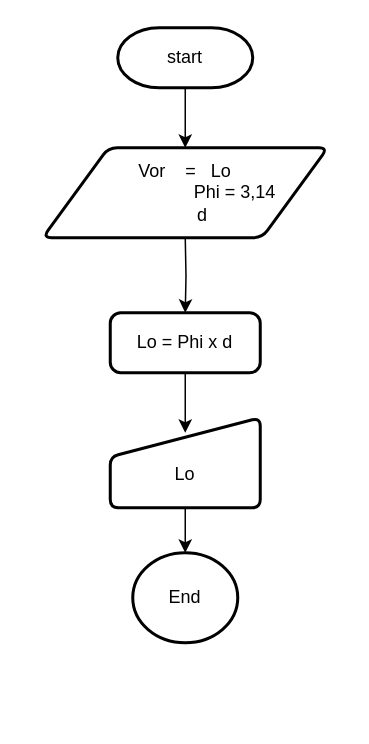
This is Untitled Diagram.drawio from tasyadwii/ALGO_23241028, a draw.io file, before an edit. Source tidied: cells renumbered, new cells numbered last; positions are measured from the earlier drawing's top-left corner, leaving out a move shared by most shapes. Both pictures are drawn from the tidied source at 150%, with x=0, y=0 at pixel (42, 27).
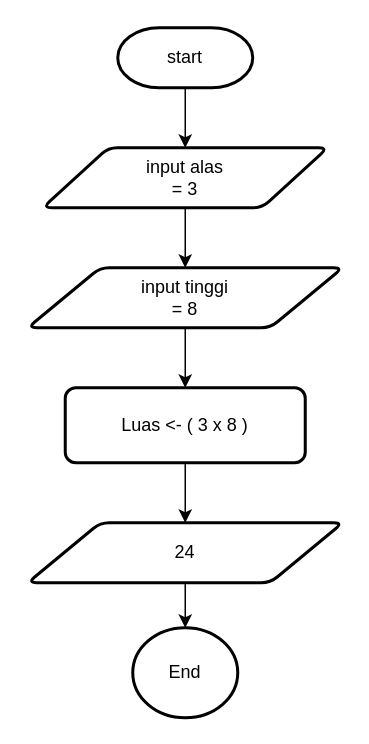
The same diagram, later.

Change to the diagram source:
```diff
@@
 <mxGraphModel>
   <root>
     <mxCell id="0" />
     <mxCell id="1" parent="0" />
     <mxCell id="2" style="edgeStyle=orthogonalEdgeStyle;rounded=0;jettySize=auto;html=1;exitX=0.5;exitY=1;exitDx=0;exitDy=0;exitPerimeter=0;entryX=0.5;entryY=0;entryDx=0;entryDy=0;" parent="1" edge="1" source="3">
       <mxGeometry relative="1" as="geometry">
         <mxPoint x="95" y="80" as="targetPoint" />
       </mxGeometry>
     </mxCell>
     <mxCell id="3" value="start" style="strokeWidth=2;html=1;shape=mxgraph.flowchart.terminator;whiteSpace=wrap;" parent="1" vertex="1">
       <mxGeometry x="50" width="90" height="40" as="geometry" />
     </mxCell>
-    <mxCell id="4" style="edgeStyle=orthogonalEdgeStyle;rounded=0;jettySize=auto;html=1;exitX=0.5;exitY=1;exitDx=0;exitDy=0;entryX=0.5;entryY=0;entryDx=0;entryDy=0;" parent="1" edge="1" target="5">
-      <mxGeometry relative="1" as="geometry">
-        <mxPoint x="95" y="140" as="sourcePoint" />
-      </mxGeometry>
-    </mxCell>
-    <mxCell id="5" value="Lo = Phi x d" style="rounded=1;whiteSpace=wrap;html=1;absoluteArcSize=1;arcSize=14;strokeWidth=2;" parent="1" vertex="1">
-      <mxGeometry x="45" y="190" width="100" height="40" as="geometry" />
-    </mxCell>
-    <mxCell id="6" value="&lt;div&gt;&lt;br&gt;&lt;/div&gt;&lt;div&gt;Lo&lt;br&gt;&lt;/div&gt;" style="html=1;strokeWidth=2;shape=manualInput;whiteSpace=wrap;rounded=1;size=26;arcSize=11;" parent="1" vertex="1">
-      <mxGeometry x="45" y="260" width="100" height="60" as="geometry" />
-    </mxCell>
-    <mxCell id="7" style="edgeStyle=orthogonalEdgeStyle;rounded=0;jettySize=auto;html=1;exitX=0.5;exitY=1;exitDx=0;exitDy=0;entryX=0.5;entryY=0.167;entryDx=0;entryDy=0;entryPerimeter=0;" parent="1" edge="1" source="5" target="6">
-      <mxGeometry relative="1" as="geometry" />
-    </mxCell>
     <mxCell id="8" value="End" style="strokeWidth=2;html=1;shape=mxgraph.flowchart.start_2;whiteSpace=wrap;" parent="1" vertex="1">
-      <mxGeometry x="60" y="350" width="70" height="60" as="geometry" />
+      <mxGeometry x="60" y="400" width="70" height="60" as="geometry" />
     </mxCell>
-    <mxCell id="9" style="edgeStyle=orthogonalEdgeStyle;rounded=0;jettySize=auto;html=1;exitX=0.5;exitY=1;exitDx=0;exitDy=0;entryX=0.5;entryY=0;entryDx=0;entryDy=0;entryPerimeter=0;" parent="1" edge="1" source="6" target="8">
-      <mxGeometry relative="1" as="geometry" />
-    </mxCell>
+    <mxCell id="11" style="edgeStyle=orthogonalEdgeStyle;rounded=0;jettySize=auto;html=1;exitX=0.5;exitY=1;exitDx=0;exitDy=0;" parent="1" edge="1" source="10">
+      <mxGeometry relative="1" as="geometry">
+        <mxPoint x="95" y="160" as="targetPoint" />
+      </mxGeometry>
+    </mxCell>
-    <mxCell id="10" value="&lt;div&gt;Vor&amp;nbsp;&amp;nbsp;&amp;nbsp; =&amp;nbsp;&amp;nbsp; Lo&lt;/div&gt;&lt;div&gt;&amp;nbsp;&amp;nbsp;&amp;nbsp;&amp;nbsp;&amp;nbsp;&amp;nbsp;&amp;nbsp;&amp;nbsp;&amp;nbsp;&amp;nbsp;&amp;nbsp;&amp;nbsp;&amp;nbsp;&amp;nbsp;&amp;nbsp;&amp;nbsp;&amp;nbsp;&amp;nbsp;&amp;nbsp; Phi = 3,14 &lt;br&gt;&lt;/div&gt;&lt;div&gt;&amp;nbsp;&amp;nbsp;&amp;nbsp;&amp;nbsp;&amp;nbsp;&amp;nbsp; d&lt;br&gt;&lt;/div&gt;" style="shape=parallelogram;html=1;strokeWidth=2;perimeter=parallelogramPerimeter;whiteSpace=wrap;rounded=1;arcSize=12;size=0.23;" parent="1" vertex="1">
-      <mxGeometry y="80" width="190" height="60" as="geometry" />
+    <mxCell id="10" value="&lt;div&gt;input alas &lt;br&gt;&lt;/div&gt;&lt;div&gt;= 3&lt;br&gt;&lt;/div&gt;" style="shape=parallelogram;html=1;strokeWidth=2;perimeter=parallelogramPerimeter;whiteSpace=wrap;rounded=1;arcSize=12;size=0.23;" parent="1" vertex="1">
+      <mxGeometry y="80" width="190" height="40" as="geometry" />
     </mxCell>
+    <mxCell id="12" style="edgeStyle=orthogonalEdgeStyle;rounded=0;jettySize=auto;html=1;exitX=0.5;exitY=1;exitDx=0;exitDy=0;" parent="1" edge="1" source="13">
+      <mxGeometry relative="1" as="geometry">
+        <mxPoint x="95" y="240" as="targetPoint" />
+      </mxGeometry>
+    </mxCell>
+    <mxCell id="13" value="&lt;div&gt;input tinggi&lt;/div&gt;&lt;div&gt;= 8&lt;br&gt;&lt;/div&gt;" style="shape=parallelogram;html=1;strokeWidth=2;perimeter=parallelogramPerimeter;whiteSpace=wrap;rounded=1;arcSize=12;size=0.23;" parent="1" vertex="1">
+      <mxGeometry x="-10" y="160" width="210" height="40" as="geometry" />
+    </mxCell>
+    <mxCell id="14" style="edgeStyle=orthogonalEdgeStyle;rounded=0;jettySize=auto;html=1;exitX=0.5;exitY=1;exitDx=0;exitDy=0;entryX=0.5;entryY=0;entryDx=0;entryDy=0;" parent="1" edge="1" source="15" target="17">
+      <mxGeometry relative="1" as="geometry" />
+    </mxCell>
+    <mxCell id="15" value="Luas &amp;lt;- ( 3 x 8 )" style="rounded=1;whiteSpace=wrap;html=1;absoluteArcSize=1;arcSize=14;strokeWidth=2;" parent="1" vertex="1">
+      <mxGeometry x="15" y="240" width="160" height="50" as="geometry" />
+    </mxCell>
+    <mxCell id="16" style="edgeStyle=orthogonalEdgeStyle;rounded=0;jettySize=auto;html=1;exitX=0.5;exitY=1;exitDx=0;exitDy=0;" parent="1" edge="1" source="17" target="8">
+      <mxGeometry relative="1" as="geometry" />
+    </mxCell>
+    <mxCell id="17" value="24" style="shape=parallelogram;html=1;strokeWidth=2;perimeter=parallelogramPerimeter;whiteSpace=wrap;rounded=1;arcSize=12;size=0.23;" parent="1" vertex="1">
+      <mxGeometry x="-10" y="330" width="210" height="40" as="geometry" />
+    </mxCell>
   </root>
 </mxGraphModel>
```
